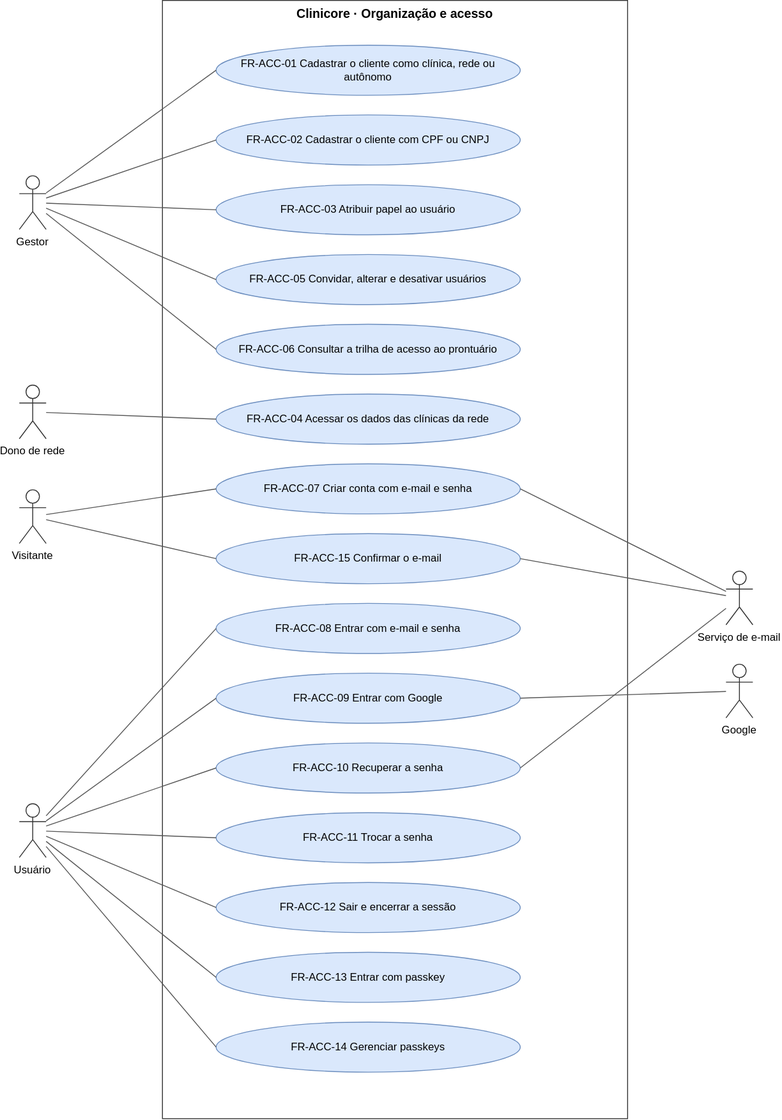
This is docs/requirements/diagrams/use-cases-access.drawio.svg from TheoOdawara/clinicore, a draw.io export, as it was before one commit. Source tidied: cells renumbered, new cells last; positions are measured from the earlier drawing's top-left corner, leaving out a move shared by most shapes.
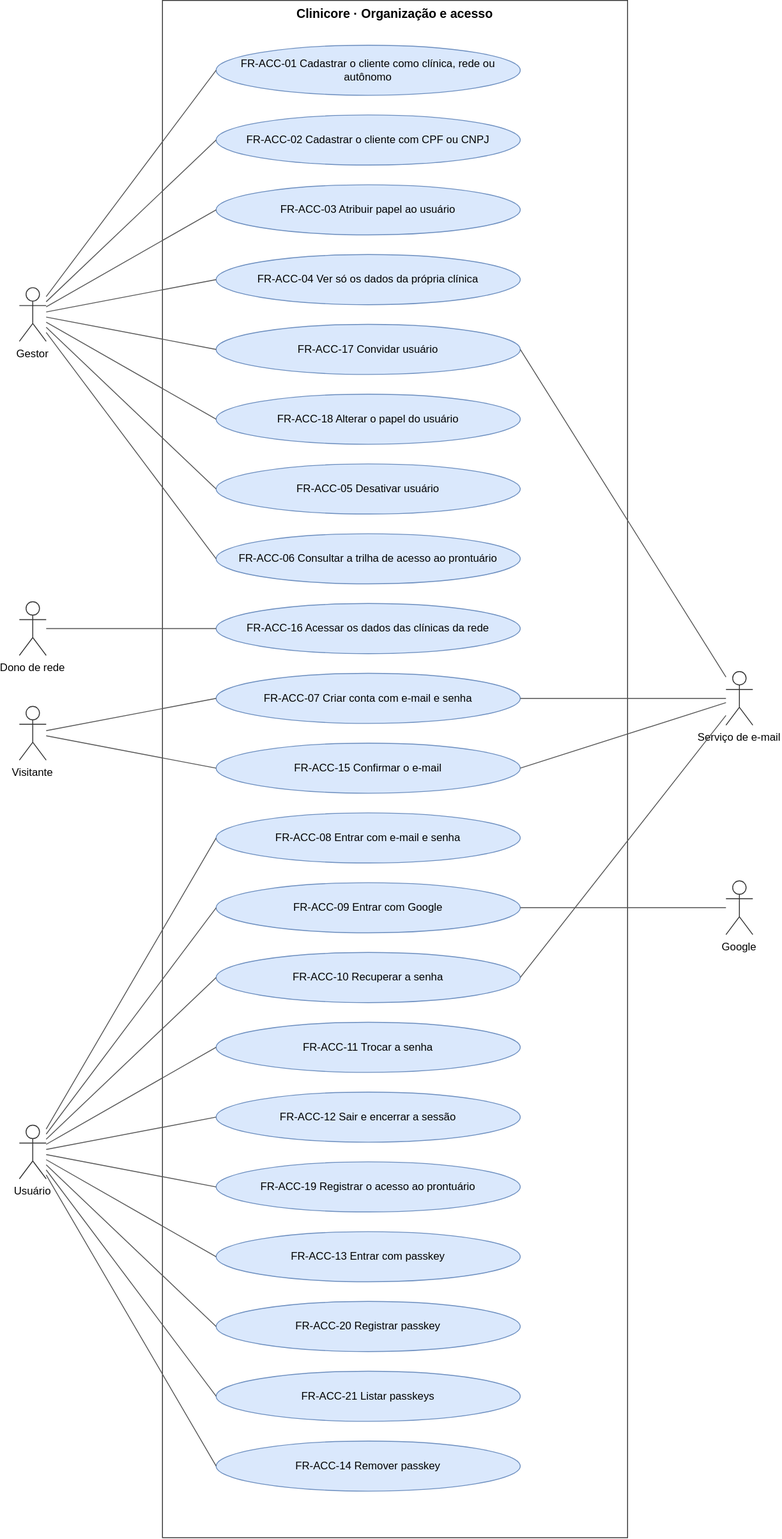
After the commit.

The edit, as a diff of the source:
```diff
@@ -3,7 +3,7 @@
     <mxCell id="0" />
     <mxCell id="1" parent="0" />
     <mxCell id="2" value="Clinicore · Organização e acesso" style="rounded=0;whiteSpace=wrap;html=0;fillColor=none;strokeColor=#333333;verticalAlign=top;fontStyle=1;fontSize=14;" parent="1" vertex="1">
-      <mxGeometry x="160" width="520" height="1250" as="geometry" />
+      <mxGeometry x="160" width="520" height="1718" as="geometry" />
     </mxCell>
     <mxCell id="3" value="FR-ACC-01 Cadastrar o cliente como clínica, rede ou autônomo" style="ellipse;whiteSpace=wrap;html=0;fillColor=#dae8fc;strokeColor=#6c8ebf;fontSize=12;" parent="1" vertex="1">
       <mxGeometry x="220" y="50" width="340" height="56" as="geometry" />
@@ -14,44 +14,44 @@
     <mxCell id="5" value="FR-ACC-03 Atribuir papel ao usuário" style="ellipse;whiteSpace=wrap;html=0;fillColor=#dae8fc;strokeColor=#6c8ebf;fontSize=12;" parent="1" vertex="1">
       <mxGeometry x="220" y="206" width="340" height="56" as="geometry" />
     </mxCell>
-    <mxCell id="6" value="FR-ACC-05 Convidar, alterar e desativar usuários" style="ellipse;whiteSpace=wrap;html=0;fillColor=#dae8fc;strokeColor=#6c8ebf;fontSize=12;" parent="1" vertex="1">
-      <mxGeometry x="220" y="284" width="340" height="56" as="geometry" />
+    <mxCell id="6" value="FR-ACC-05 Desativar usuário" style="ellipse;whiteSpace=wrap;html=0;fillColor=#dae8fc;strokeColor=#6c8ebf;fontSize=12;" parent="1" vertex="1">
+      <mxGeometry x="220" y="518" width="340" height="56" as="geometry" />
     </mxCell>
     <mxCell id="7" value="FR-ACC-06 Consultar a trilha de acesso ao prontuário" style="ellipse;whiteSpace=wrap;html=0;fillColor=#dae8fc;strokeColor=#6c8ebf;fontSize=12;" parent="1" vertex="1">
-      <mxGeometry x="220" y="362" width="340" height="56" as="geometry" />
+      <mxGeometry x="220" y="596" width="340" height="56" as="geometry" />
     </mxCell>
-    <mxCell id="8" value="FR-ACC-04 Acessar os dados das clínicas da rede" style="ellipse;whiteSpace=wrap;html=0;fillColor=#dae8fc;strokeColor=#6c8ebf;fontSize=12;" parent="1" vertex="1">
-      <mxGeometry x="220" y="440" width="340" height="56" as="geometry" />
+    <mxCell id="8" value="FR-ACC-04 Ver só os dados da própria clínica" style="ellipse;whiteSpace=wrap;html=0;fillColor=#dae8fc;strokeColor=#6c8ebf;fontSize=12;" parent="1" vertex="1">
+      <mxGeometry x="220" y="284" width="340" height="56" as="geometry" />
     </mxCell>
     <mxCell id="9" value="FR-ACC-07 Criar conta com e-mail e senha" style="ellipse;whiteSpace=wrap;html=0;fillColor=#dae8fc;strokeColor=#6c8ebf;fontSize=12;" parent="1" vertex="1">
-      <mxGeometry x="220" y="518" width="340" height="56" as="geometry" />
+      <mxGeometry x="220" y="752" width="340" height="56" as="geometry" />
     </mxCell>
     <mxCell id="10" value="FR-ACC-15 Confirmar o e-mail" style="ellipse;whiteSpace=wrap;html=0;fillColor=#dae8fc;strokeColor=#6c8ebf;fontSize=12;" parent="1" vertex="1">
-      <mxGeometry x="220" y="596" width="340" height="56" as="geometry" />
+      <mxGeometry x="220" y="830" width="340" height="56" as="geometry" />
     </mxCell>
     <mxCell id="11" value="FR-ACC-08 Entrar com e-mail e senha" style="ellipse;whiteSpace=wrap;html=0;fillColor=#dae8fc;strokeColor=#6c8ebf;fontSize=12;" parent="1" vertex="1">
-      <mxGeometry x="220" y="674" width="340" height="56" as="geometry" />
+      <mxGeometry x="220" y="908" width="340" height="56" as="geometry" />
     </mxCell>
     <mxCell id="12" value="FR-ACC-09 Entrar com Google" style="ellipse;whiteSpace=wrap;html=0;fillColor=#dae8fc;strokeColor=#6c8ebf;fontSize=12;" parent="1" vertex="1">
-      <mxGeometry x="220" y="752" width="340" height="56" as="geometry" />
+      <mxGeometry x="220" y="986" width="340" height="56" as="geometry" />
     </mxCell>
     <mxCell id="13" value="FR-ACC-10 Recuperar a senha" style="ellipse;whiteSpace=wrap;html=0;fillColor=#dae8fc;strokeColor=#6c8ebf;fontSize=12;" parent="1" vertex="1">
-      <mxGeometry x="220" y="830" width="340" height="56" as="geometry" />
+      <mxGeometry x="220" y="1064" width="340" height="56" as="geometry" />
     </mxCell>
     <mxCell id="14" value="FR-ACC-11 Trocar a senha" style="ellipse;whiteSpace=wrap;html=0;fillColor=#dae8fc;strokeColor=#6c8ebf;fontSize=12;" parent="1" vertex="1">
-      <mxGeometry x="220" y="908" width="340" height="56" as="geometry" />
+      <mxGeometry x="220" y="1142" width="340" height="56" as="geometry" />
     </mxCell>
     <mxCell id="15" value="FR-ACC-12 Sair e encerrar a sessão" style="ellipse;whiteSpace=wrap;html=0;fillColor=#dae8fc;strokeColor=#6c8ebf;fontSize=12;" parent="1" vertex="1">
-      <mxGeometry x="220" y="986" width="340" height="56" as="geometry" />
+      <mxGeometry x="220" y="1220" width="340" height="56" as="geometry" />
     </mxCell>
     <mxCell id="16" value="FR-ACC-13 Entrar com passkey" style="ellipse;whiteSpace=wrap;html=0;fillColor=#dae8fc;strokeColor=#6c8ebf;fontSize=12;" parent="1" vertex="1">
-      <mxGeometry x="220" y="1064" width="340" height="56" as="geometry" />
+      <mxGeometry x="220" y="1376" width="340" height="56" as="geometry" />
     </mxCell>
-    <mxCell id="17" value="FR-ACC-14 Gerenciar passkeys" style="ellipse;whiteSpace=wrap;html=0;fillColor=#dae8fc;strokeColor=#6c8ebf;fontSize=12;" parent="1" vertex="1">
-      <mxGeometry x="220" y="1142" width="340" height="56" as="geometry" />
+    <mxCell id="17" value="FR-ACC-14 Remover passkey" style="ellipse;whiteSpace=wrap;html=0;fillColor=#dae8fc;strokeColor=#6c8ebf;fontSize=12;" parent="1" vertex="1">
+      <mxGeometry x="220" y="1610" width="340" height="56" as="geometry" />
     </mxCell>
     <mxCell id="18" value="Gestor" style="shape=umlActor;verticalLabelPosition=bottom;verticalAlign=top;html=0;outlineConnect=0;fillColor=#ffffff;strokeColor=#333333;fontSize=12;" parent="1" vertex="1">
-      <mxGeometry y="196" width="30" height="60" as="geometry" />
+      <mxGeometry y="321" width="30" height="60" as="geometry" />
     </mxCell>
     <mxCell id="19" style="endArrow=none;html=0;strokeColor=#555555;entryX=0;entryY=0.5;entryDx=0;entryDy=0;" parent="1" edge="1" source="18" target="3">
       <mxGeometry relative="1" as="geometry" />
@@ -69,13 +69,10 @@
       <mxGeometry relative="1" as="geometry" />
     </mxCell>
     <mxCell id="24" value="Dono de rede" style="shape=umlActor;verticalLabelPosition=bottom;verticalAlign=top;html=0;outlineConnect=0;fillColor=#ffffff;strokeColor=#333333;fontSize=12;" parent="1" vertex="1">
-      <mxGeometry y="430" width="30" height="60" as="geometry" />
+      <mxGeometry y="672" width="30" height="60" as="geometry" />
     </mxCell>
-    <mxCell id="25" style="endArrow=none;html=0;strokeColor=#555555;entryX=0;entryY=0.5;entryDx=0;entryDy=0;" parent="1" edge="1" source="24" target="8">
-      <mxGeometry relative="1" as="geometry" />
-    </mxCell>
     <mxCell id="26" value="Visitante" style="shape=umlActor;verticalLabelPosition=bottom;verticalAlign=top;html=0;outlineConnect=0;fillColor=#ffffff;strokeColor=#333333;fontSize=12;" parent="1" vertex="1">
-      <mxGeometry y="547" width="30" height="60" as="geometry" />
+      <mxGeometry y="789" width="30" height="60" as="geometry" />
     </mxCell>
     <mxCell id="27" style="endArrow=none;html=0;strokeColor=#555555;entryX=0;entryY=0.5;entryDx=0;entryDy=0;" parent="1" edge="1" source="26" target="9">
       <mxGeometry relative="1" as="geometry" />
@@ -84,7 +81,7 @@
       <mxGeometry relative="1" as="geometry" />
     </mxCell>
     <mxCell id="29" value="Usuário" style="shape=umlActor;verticalLabelPosition=bottom;verticalAlign=top;html=0;outlineConnect=0;fillColor=#ffffff;strokeColor=#333333;fontSize=12;" parent="1" vertex="1">
-      <mxGeometry y="898" width="30" height="60" as="geometry" />
+      <mxGeometry y="1257" width="30" height="60" as="geometry" />
     </mxCell>
     <mxCell id="30" style="endArrow=none;html=0;strokeColor=#555555;entryX=0;entryY=0.5;entryDx=0;entryDy=0;" parent="1" edge="1" source="29" target="11">
       <mxGeometry relative="1" as="geometry" />
@@ -108,7 +105,7 @@
       <mxGeometry relative="1" as="geometry" />
     </mxCell>
     <mxCell id="37" value="Serviço de e-mail" style="shape=umlActor;verticalLabelPosition=bottom;verticalAlign=top;html=0;outlineConnect=0;fillColor=#ffffff;strokeColor=#333333;fontSize=12;" parent="1" vertex="1">
-      <mxGeometry x="790" y="638" width="30" height="60" as="geometry" />
+      <mxGeometry x="790" y="750" width="30" height="60" as="geometry" />
     </mxCell>
     <mxCell id="38" style="endArrow=none;html=0;strokeColor=#555555;entryX=1;entryY=0.5;entryDx=0;entryDy=0;" parent="1" edge="1" source="37" target="9">
       <mxGeometry relative="1" as="geometry" />
@@ -120,10 +117,52 @@
       <mxGeometry relative="1" as="geometry" />
     </mxCell>
     <mxCell id="41" value="Google" style="shape=umlActor;verticalLabelPosition=bottom;verticalAlign=top;html=0;outlineConnect=0;fillColor=#ffffff;strokeColor=#333333;fontSize=12;" parent="1" vertex="1">
-      <mxGeometry x="790" y="742" width="30" height="60" as="geometry" />
+      <mxGeometry x="790" y="984" width="30" height="60" as="geometry" />
     </mxCell>
     <mxCell id="42" style="endArrow=none;html=0;strokeColor=#555555;entryX=1;entryY=0.5;entryDx=0;entryDy=0;" parent="1" edge="1" source="41" target="12">
       <mxGeometry relative="1" as="geometry" />
     </mxCell>
+    <mxCell id="43" value="FR-ACC-16 Acessar os dados das clínicas da rede" style="ellipse;whiteSpace=wrap;html=0;fillColor=#dae8fc;strokeColor=#6c8ebf;fontSize=12;" parent="1" vertex="1">
+      <mxGeometry x="220" y="674" width="340" height="56" as="geometry" />
+    </mxCell>
+    <mxCell id="44" value="FR-ACC-17 Convidar usuário" style="ellipse;whiteSpace=wrap;html=0;fillColor=#dae8fc;strokeColor=#6c8ebf;fontSize=12;" parent="1" vertex="1">
+      <mxGeometry x="220" y="362" width="340" height="56" as="geometry" />
+    </mxCell>
+    <mxCell id="45" value="FR-ACC-18 Alterar o papel do usuário" style="ellipse;whiteSpace=wrap;html=0;fillColor=#dae8fc;strokeColor=#6c8ebf;fontSize=12;" parent="1" vertex="1">
+      <mxGeometry x="220" y="440" width="340" height="56" as="geometry" />
+    </mxCell>
+    <mxCell id="46" value="FR-ACC-19 Registrar o acesso ao prontuário" style="ellipse;whiteSpace=wrap;html=0;fillColor=#dae8fc;strokeColor=#6c8ebf;fontSize=12;" parent="1" vertex="1">
+      <mxGeometry x="220" y="1298" width="340" height="56" as="geometry" />
+    </mxCell>
+    <mxCell id="47" value="FR-ACC-20 Registrar passkey" style="ellipse;whiteSpace=wrap;html=0;fillColor=#dae8fc;strokeColor=#6c8ebf;fontSize=12;" parent="1" vertex="1">
+      <mxGeometry x="220" y="1454" width="340" height="56" as="geometry" />
+    </mxCell>
+    <mxCell id="48" value="FR-ACC-21 Listar passkeys" style="ellipse;whiteSpace=wrap;html=0;fillColor=#dae8fc;strokeColor=#6c8ebf;fontSize=12;" parent="1" vertex="1">
+      <mxGeometry x="220" y="1532" width="340" height="56" as="geometry" />
+    </mxCell>
+    <mxCell id="49" style="endArrow=none;html=0;strokeColor=#555555;entryX=0;entryY=0.5;entryDx=0;entryDy=0;" parent="1" edge="1" source="18" target="8">
+      <mxGeometry relative="1" as="geometry" />
+    </mxCell>
+    <mxCell id="50" style="endArrow=none;html=0;strokeColor=#555555;entryX=0;entryY=0.5;entryDx=0;entryDy=0;" parent="1" edge="1" source="18" target="44">
+      <mxGeometry relative="1" as="geometry" />
+    </mxCell>
+    <mxCell id="51" style="endArrow=none;html=0;strokeColor=#555555;entryX=0;entryY=0.5;entryDx=0;entryDy=0;" parent="1" edge="1" source="18" target="45">
+      <mxGeometry relative="1" as="geometry" />
+    </mxCell>
+    <mxCell id="52" style="endArrow=none;html=0;strokeColor=#555555;entryX=0;entryY=0.5;entryDx=0;entryDy=0;" parent="1" edge="1" source="24" target="43">
+      <mxGeometry relative="1" as="geometry" />
+    </mxCell>
+    <mxCell id="53" style="endArrow=none;html=0;strokeColor=#555555;entryX=1;entryY=0.5;entryDx=0;entryDy=0;" parent="1" edge="1" source="37" target="44">
+      <mxGeometry relative="1" as="geometry" />
+    </mxCell>
+    <mxCell id="54" style="endArrow=none;html=0;strokeColor=#555555;entryX=0;entryY=0.5;entryDx=0;entryDy=0;" parent="1" edge="1" source="29" target="46">
+      <mxGeometry relative="1" as="geometry" />
+    </mxCell>
+    <mxCell id="55" style="endArrow=none;html=0;strokeColor=#555555;entryX=0;entryY=0.5;entryDx=0;entryDy=0;" parent="1" edge="1" source="29" target="47">
+      <mxGeometry relative="1" as="geometry" />
+    </mxCell>
+    <mxCell id="56" style="endArrow=none;html=0;strokeColor=#555555;entryX=0;entryY=0.5;entryDx=0;entryDy=0;" parent="1" edge="1" source="29" target="48">
+      <mxGeometry relative="1" as="geometry" />
+    </mxCell>
   </root>
 </mxGraphModel>
```
